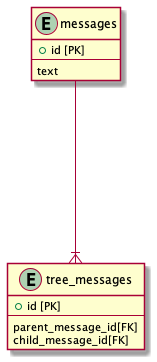
This is 09/task4-2.png from tasdsn/praha, a PlantUML export, as it was before one commit.
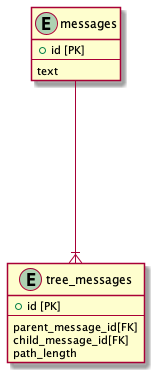
The same diagram one commit later.

Commit message:
fix:path_length追加

Diff of the diagram source:
```diff
@@ -11,6 +11,7 @@
   --
   parent_message_id[FK]
   child_message_id[FK]
+  path_length
 }
 
 messages ----|{ tree_messages
```
